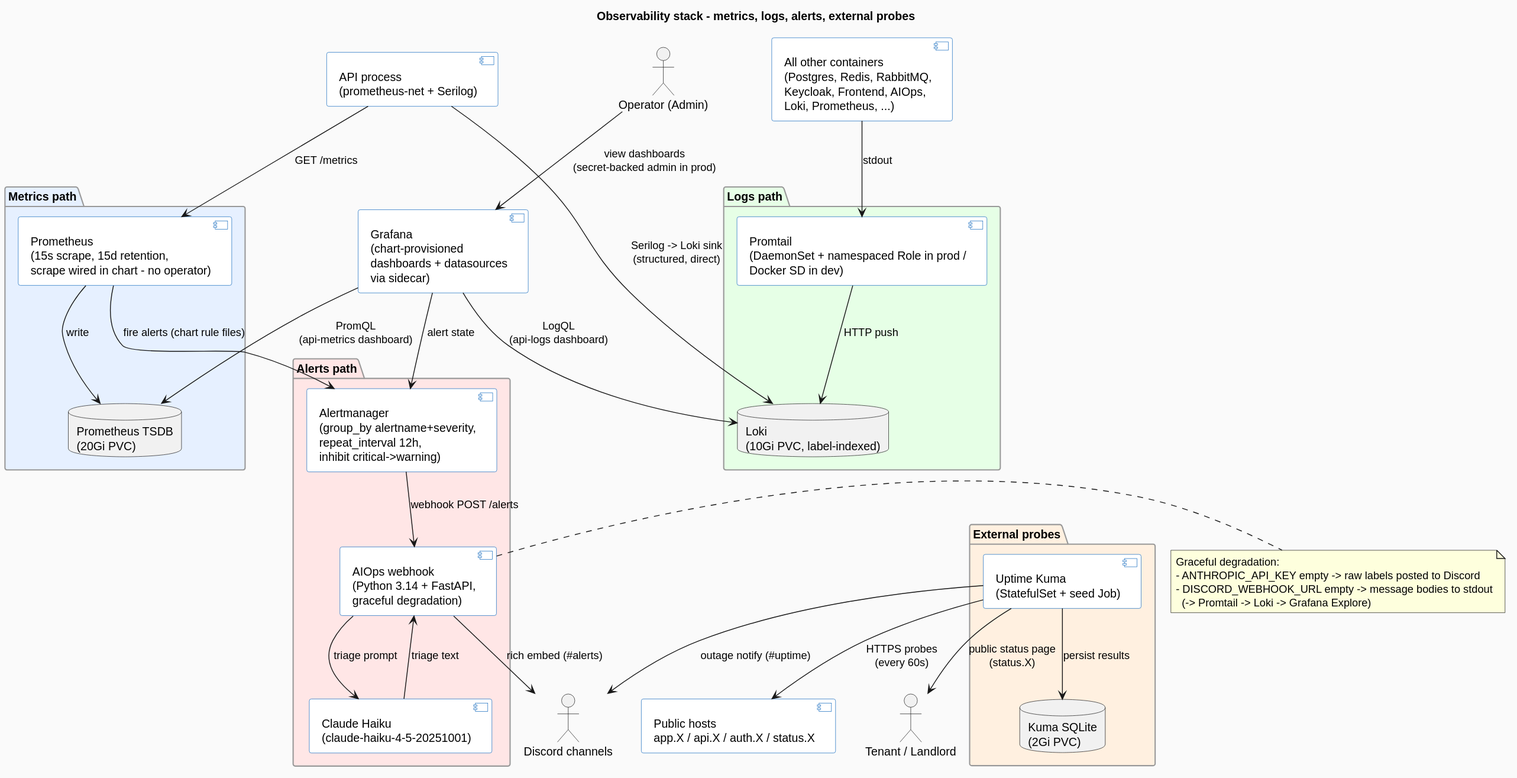
The PlantUML diagram docs/architecture/diagrams/observability.svg in LIFE-Property-Management/MyProperty, before a commit.
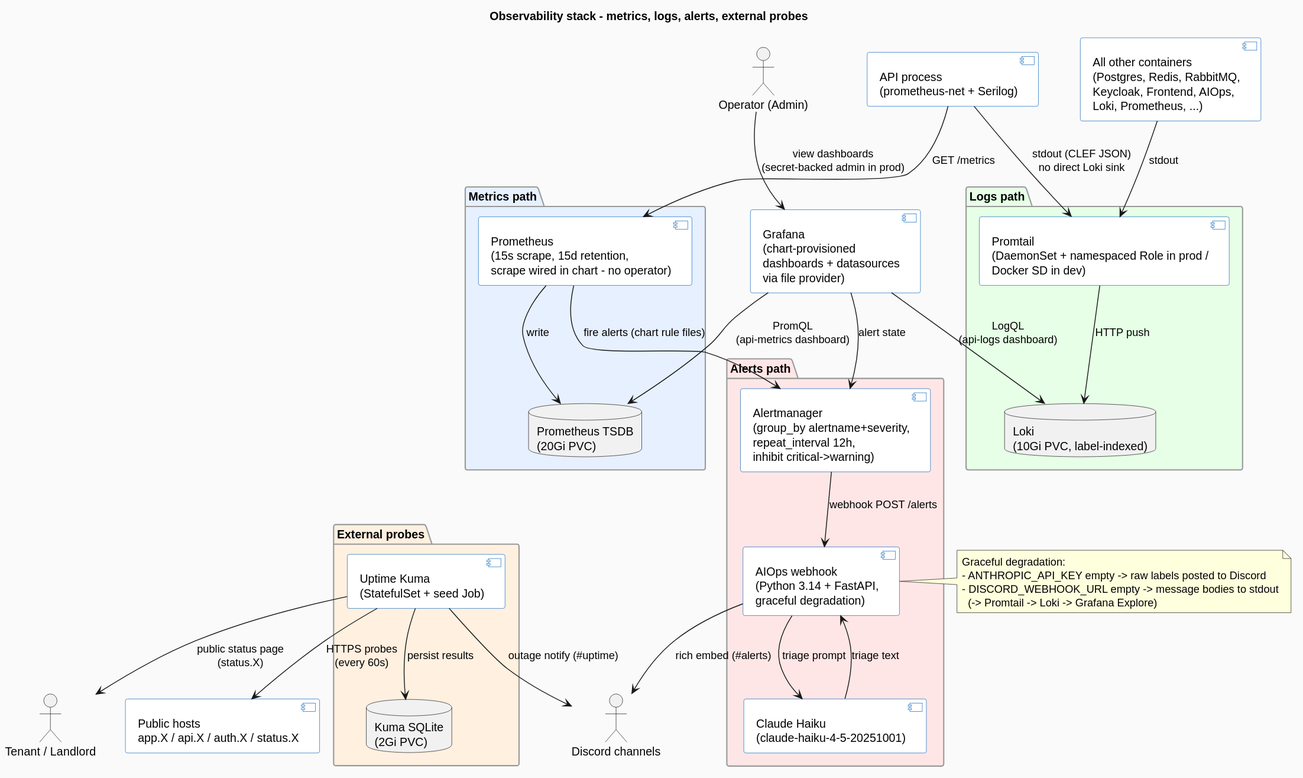
After the change.

Change to the diagram source:
```diff
@@ -35,13 +35,13 @@
     database  "Kuma SQLite\n(2Gi PVC)" as kumadb
 }
 
-component "Grafana\n(chart-provisioned\ndashboards + datasources\nvia sidecar)" as grafana
+component "Grafana\n(chart-provisioned\ndashboards + datasources\nvia file provider)" as grafana
 
 api      --> prom    : GET /metrics
 prom     --> tsdb    : write
 prom     --> am      : fire alerts (chart rule files)
 
-api      --> loki    : Serilog -> Loki sink\n(structured, direct)
+api      --> promtail: stdout (CLEF JSON)\nno direct Loki sink
 others   --> promtail: stdout
 promtail --> loki    : HTTP push
 
```
